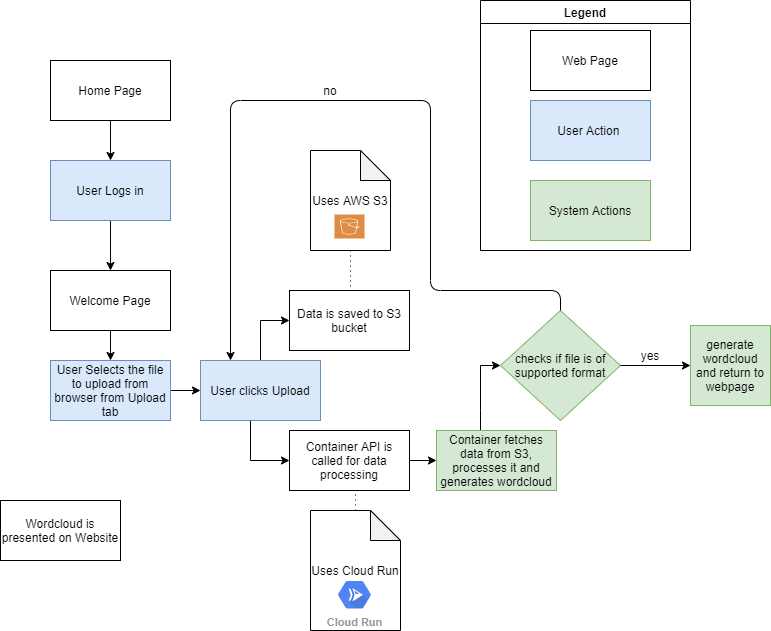
The draw.io diagram Diagrams/Data Processing.png in AninditaGuha98/Learning-Management-System-serverless-application, before a commit. Source tidied: cells renumbered, new cells last; positions are measured from the earlier drawing's top-left corner, leaving out a move shared by most shapes.
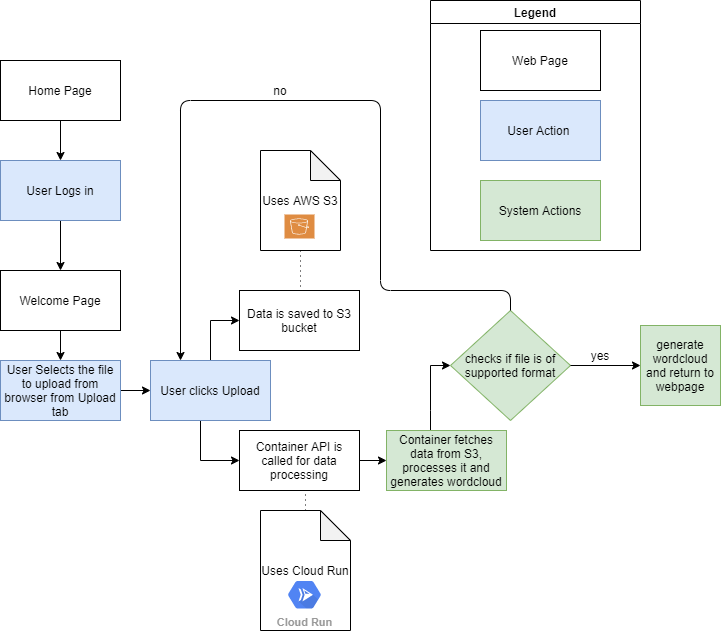
The same diagram one commit later.

Change to the diagram source:
```diff
@@ -60,9 +60,6 @@
     <mxCell id="16" value="Container fetches data from S3, processes it and generates wordcloud" style="rounded=0;whiteSpace=wrap;html=1;fillColor=#d5e8d4;strokeColor=#82b366;" parent="1" vertex="1">
       <mxGeometry x="436" y="430" width="120" height="60" as="geometry" />
     </mxCell>
-    <mxCell id="17" value="Wordcloud is presented on Website" style="rounded=0;whiteSpace=wrap;html=1;" parent="1" vertex="1">
-      <mxGeometry y="500" width="120" height="60" as="geometry" />
-    </mxCell>
     <mxCell id="18" value="Data is saved to S3 bucket" style="rounded=0;whiteSpace=wrap;html=1;" parent="1" vertex="1">
       <mxGeometry x="289" y="290" width="120" height="60" as="geometry" />
     </mxCell>
```
